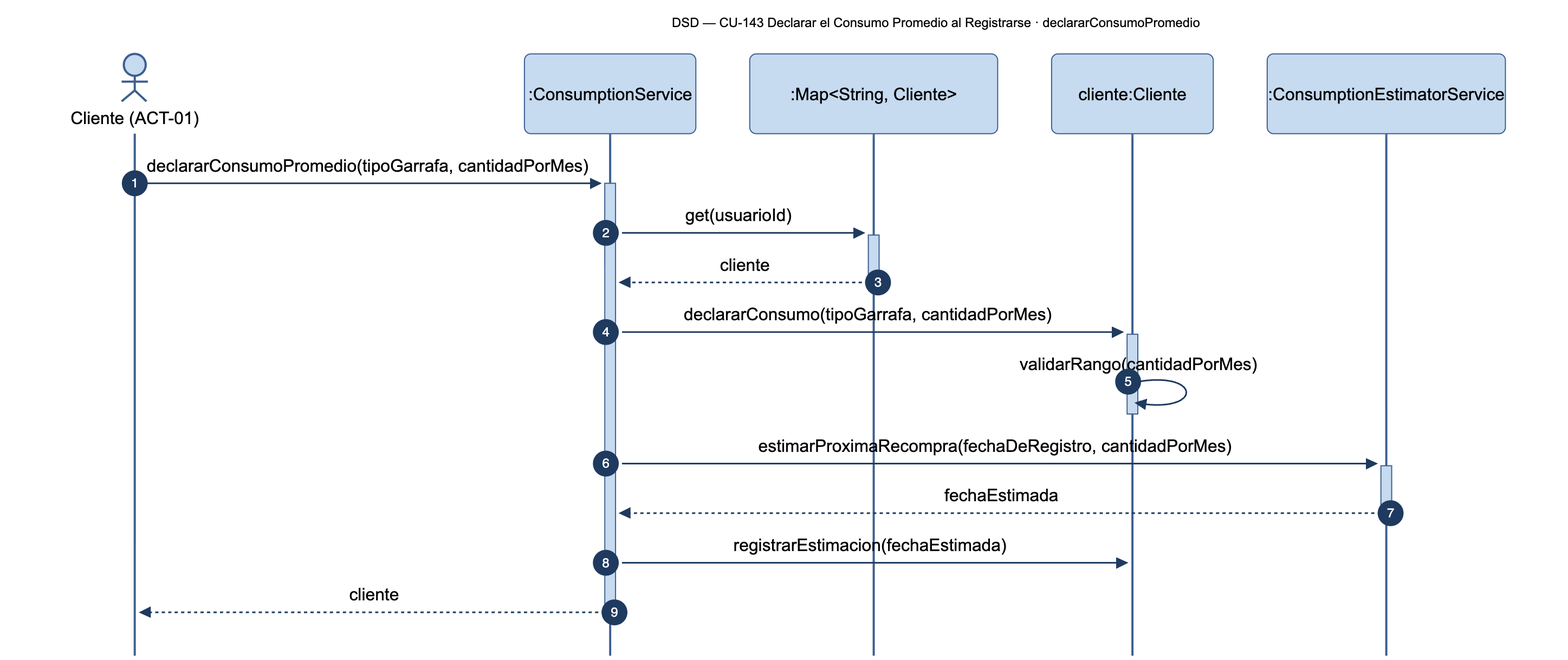
This is diagramas/png/DSD_CU-143_declararConsumoPromedio.png from Nahuelito-Dev/splg-docs, a Mermaid export, as it was before one commit. Its source is kept beside it as diagramas/DSD_CU-143_declararConsumoPromedio.mmd. The source it was exported from:
```mermaid
sequenceDiagram
    title DSD — CU-143 Declarar el Consumo Promedio al Registrarse · declararConsumoPromedio
    autonumber
    actor CLI as Cliente (ACT-01)
    participant CON as :ConsumptionService
    participant COL as :Map#lt;String, Cliente#gt;
    participant CLE as cliente:Cliente
    participant EST as :ConsumptionEstimatorService

    CLI->>+CON: declararConsumoPromedio(tipoGarrafa, cantidadPorMes)
    CON->>+COL: get(usuarioId)
    COL-->>-CON: cliente
    CON->>+CLE: declararConsumo(tipoGarrafa, cantidadPorMes)
    CLE->>CLE: validarRango(cantidadPorMes)
    deactivate CLE
    CON->>+EST: estimarProximaRecompra(fechaDeRegistro, cantidadPorMes)
    EST-->>-CON: fechaEstimada
    CON->>CLE: registrarEstimacion(fechaEstimada)
    CON-->>-CLI: cliente
```
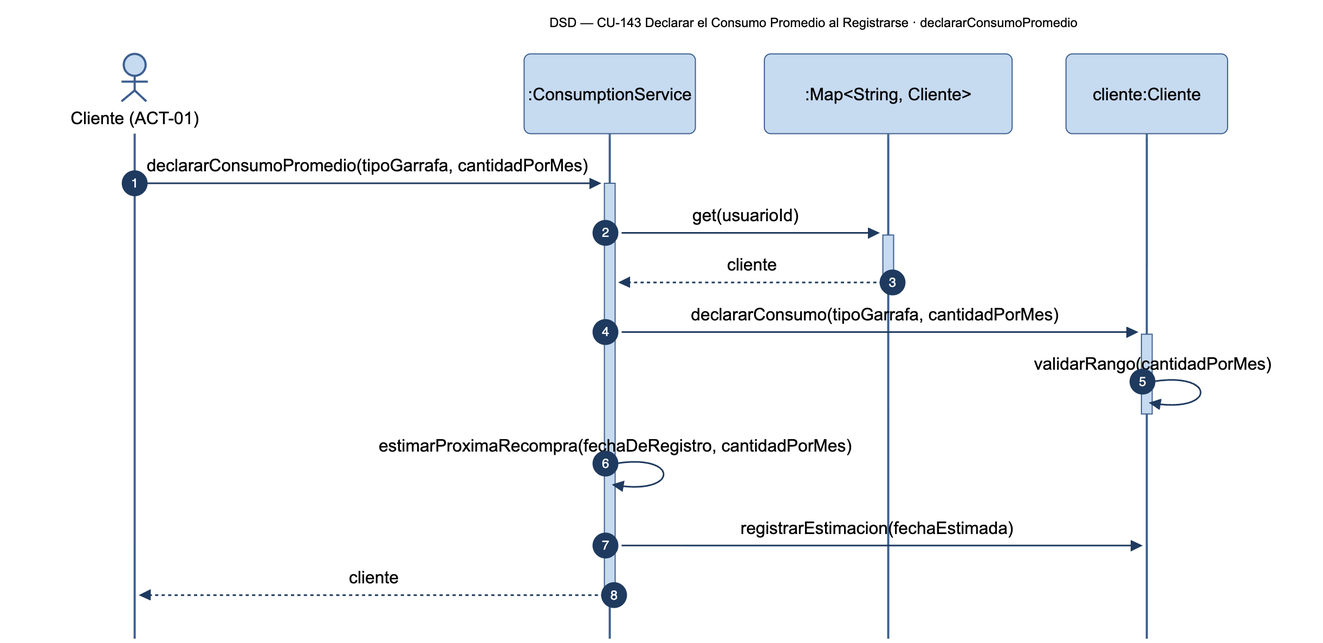
After the commit.

What changed in the source:
```diff
@@ -5,7 +5,6 @@
     participant CON as :ConsumptionService
     participant COL as :Map#lt;String, Cliente#gt;
     participant CLE as cliente:Cliente
-    participant EST as :ConsumptionEstimatorService
 
     CLI->>+CON: declararConsumoPromedio(tipoGarrafa, cantidadPorMes)
     CON->>+COL: get(usuarioId)
@@ -13,7 +12,6 @@
     CON->>+CLE: declararConsumo(tipoGarrafa, cantidadPorMes)
     CLE->>CLE: validarRango(cantidadPorMes)
     deactivate CLE
-    CON->>+EST: estimarProximaRecompra(fechaDeRegistro, cantidadPorMes)
-    EST-->>-CON: fechaEstimada
+    CON->>CON: estimarProximaRecompra(fechaDeRegistro, cantidadPorMes)
     CON->>CLE: registrarEstimacion(fechaEstimada)
     CON-->>-CLI: cliente
```
